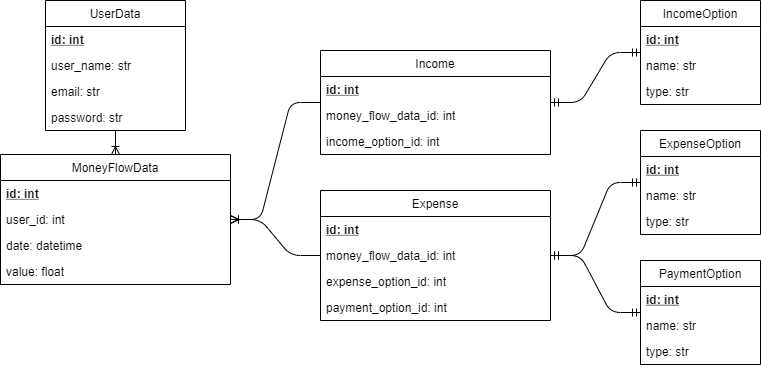
MichalWilczek/my-wallet keeps this draw.io diagram as doc/db_erd_diagram.png. Above is the earlier version. Source tidied: cells renumbered, new cells last; positions are measured from the earlier drawing's top-left corner, leaving out a move shared by most shapes. Source of this version:
```xml
<mxGraphModel>
  <root>
    <mxCell id="0" />
    <mxCell id="1" parent="0" />
    <mxCell id="2" value="UserData" style="swimlane;fontStyle=0;horizontal=1;startSize=26;fillColor=none;" parent="1" vertex="1">
      <mxGeometry x="45" width="140" height="130" as="geometry" />
    </mxCell>
    <mxCell id="3" value="id: int" style="text;strokeColor=none;fillColor=none;align=left;verticalAlign=top;spacingLeft=4;spacingRight=4;overflow=hidden;fontStyle=5;" parent="2" vertex="1">
      <mxGeometry y="26" width="140" height="26" as="geometry" />
    </mxCell>
    <mxCell id="4" value="user_name: str" style="text;strokeColor=none;fillColor=none;align=left;verticalAlign=top;spacingLeft=4;spacingRight=4;overflow=hidden;" parent="2" vertex="1">
      <mxGeometry y="52" width="140" height="26" as="geometry" />
    </mxCell>
    <mxCell id="5" value="email: str" style="text;strokeColor=none;fillColor=none;align=left;verticalAlign=top;spacingLeft=4;spacingRight=4;overflow=hidden;" parent="2" vertex="1">
      <mxGeometry y="78" width="140" height="26" as="geometry" />
    </mxCell>
    <mxCell id="6" value="password: str" style="text;strokeColor=none;fillColor=none;align=left;verticalAlign=top;spacingLeft=4;spacingRight=4;overflow=hidden;" parent="2" vertex="1">
      <mxGeometry y="104" width="140" height="26" as="geometry" />
    </mxCell>
    <mxCell id="7" value="ExpenseOption" style="swimlane;fontStyle=0;horizontal=1;startSize=26;fillColor=none;" parent="1" vertex="1">
      <mxGeometry x="640" y="130" width="120" height="104" as="geometry" />
    </mxCell>
    <mxCell id="8" value="id: int" style="text;strokeColor=none;fillColor=none;align=left;verticalAlign=top;spacingLeft=4;spacingRight=4;overflow=hidden;fontStyle=5;" parent="7" vertex="1">
      <mxGeometry y="26" width="120" height="26" as="geometry" />
    </mxCell>
    <mxCell id="9" value="name: str" style="text;strokeColor=none;fillColor=none;align=left;verticalAlign=top;spacingLeft=4;spacingRight=4;overflow=hidden;" parent="7" vertex="1">
      <mxGeometry y="52" width="120" height="26" as="geometry" />
    </mxCell>
    <mxCell id="10" value="type: str" style="text;strokeColor=none;fillColor=none;align=left;verticalAlign=top;spacingLeft=4;spacingRight=4;overflow=hidden;" parent="7" vertex="1">
      <mxGeometry y="78" width="120" height="26" as="geometry" />
    </mxCell>
    <mxCell id="11" style="edgeStyle=segmentEdgeStyle;fontSize=12;html=1;endArrow=ERoneToMany;" parent="1" edge="1" source="2" target="12">
      <mxGeometry relative="1" as="geometry" />
    </mxCell>
    <mxCell id="12" value="MoneyFlowData" style="swimlane;fontStyle=0;horizontal=1;startSize=26;fillColor=none;" parent="1" vertex="1">
      <mxGeometry y="154" width="230" height="130" as="geometry" />
    </mxCell>
    <mxCell id="13" value="id: int" style="text;strokeColor=none;fillColor=none;align=left;verticalAlign=top;spacingLeft=4;spacingRight=4;overflow=hidden;fontStyle=5;" parent="12" vertex="1">
      <mxGeometry y="26" width="230" height="26" as="geometry" />
    </mxCell>
    <mxCell id="14" value="user_id: int" style="text;strokeColor=none;fillColor=none;align=left;verticalAlign=top;spacingLeft=4;spacingRight=4;overflow=hidden;fontStyle=0;" parent="12" vertex="1">
      <mxGeometry y="52" width="230" height="26" as="geometry" />
    </mxCell>
    <mxCell id="15" value="date: datetime" style="text;strokeColor=none;fillColor=none;align=left;verticalAlign=top;spacingLeft=4;spacingRight=4;overflow=hidden;" parent="12" vertex="1">
      <mxGeometry y="78" width="230" height="26" as="geometry" />
    </mxCell>
    <mxCell id="16" value="value: float" style="text;strokeColor=none;fillColor=none;align=left;verticalAlign=top;spacingLeft=4;spacingRight=4;overflow=hidden;" parent="12" vertex="1">
      <mxGeometry y="104" width="230" height="26" as="geometry" />
    </mxCell>
    <mxCell id="17" value="Income" style="swimlane;fontStyle=0;horizontal=1;startSize=26;fillColor=none;" parent="1" vertex="1">
      <mxGeometry x="320" y="50" width="230" height="104" as="geometry" />
    </mxCell>
    <mxCell id="18" value="id: int" style="text;strokeColor=none;fillColor=none;align=left;verticalAlign=top;spacingLeft=4;spacingRight=4;overflow=hidden;fontStyle=5;" parent="17" vertex="1">
      <mxGeometry y="26" width="230" height="26" as="geometry" />
    </mxCell>
    <mxCell id="19" value="money_flow_data_id: int" style="text;strokeColor=none;fillColor=none;align=left;verticalAlign=top;spacingLeft=4;spacingRight=4;overflow=hidden;" parent="17" vertex="1">
      <mxGeometry y="52" width="230" height="26" as="geometry" />
    </mxCell>
    <mxCell id="20" value="income_option_id: int" style="text;strokeColor=none;fillColor=none;align=left;verticalAlign=top;spacingLeft=4;spacingRight=4;overflow=hidden;" parent="17" vertex="1">
      <mxGeometry y="78" width="230" height="26" as="geometry" />
    </mxCell>
    <mxCell id="21" value="Expense" style="swimlane;fontStyle=0;horizontal=1;startSize=26;fillColor=none;" parent="1" vertex="1">
      <mxGeometry x="320" y="190" width="230" height="130" as="geometry" />
    </mxCell>
    <mxCell id="22" value="id: int" style="text;strokeColor=none;fillColor=none;align=left;verticalAlign=top;spacingLeft=4;spacingRight=4;overflow=hidden;fontStyle=5;" parent="21" vertex="1">
      <mxGeometry y="26" width="230" height="26" as="geometry" />
    </mxCell>
    <mxCell id="23" value="money_flow_data_id: int" style="text;strokeColor=none;fillColor=none;align=left;verticalAlign=top;spacingLeft=4;spacingRight=4;overflow=hidden;" parent="21" vertex="1">
      <mxGeometry y="52" width="230" height="26" as="geometry" />
    </mxCell>
    <mxCell id="24" value="expense_option_id: int" style="text;strokeColor=none;fillColor=none;align=left;verticalAlign=top;spacingLeft=4;spacingRight=4;overflow=hidden;" parent="21" vertex="1">
      <mxGeometry y="78" width="230" height="26" as="geometry" />
    </mxCell>
    <mxCell id="25" value="payment_option_id: int" style="text;strokeColor=none;fillColor=none;align=left;verticalAlign=top;spacingLeft=4;spacingRight=4;overflow=hidden;" parent="21" vertex="1">
      <mxGeometry y="104" width="230" height="26" as="geometry" />
    </mxCell>
    <mxCell id="26" value="IncomeOption" style="swimlane;fontStyle=0;horizontal=1;startSize=26;fillColor=none;" parent="1" vertex="1">
      <mxGeometry x="640" width="120" height="104" as="geometry" />
    </mxCell>
    <mxCell id="27" value="id: int" style="text;strokeColor=none;fillColor=none;align=left;verticalAlign=top;spacingLeft=4;spacingRight=4;overflow=hidden;fontStyle=5;" parent="26" vertex="1">
      <mxGeometry y="26" width="120" height="26" as="geometry" />
    </mxCell>
    <mxCell id="28" value="name: str" style="text;strokeColor=none;fillColor=none;align=left;verticalAlign=top;spacingLeft=4;spacingRight=4;overflow=hidden;" parent="26" vertex="1">
      <mxGeometry y="52" width="120" height="26" as="geometry" />
    </mxCell>
    <mxCell id="29" value="type: str" style="text;strokeColor=none;fillColor=none;align=left;verticalAlign=top;spacingLeft=4;spacingRight=4;overflow=hidden;" parent="26" vertex="1">
      <mxGeometry y="78" width="120" height="26" as="geometry" />
    </mxCell>
    <mxCell id="30" value="PaymentOption" style="swimlane;fontStyle=0;horizontal=1;startSize=26;fillColor=none;" parent="1" vertex="1">
      <mxGeometry x="640" y="260" width="120" height="104" as="geometry" />
    </mxCell>
    <mxCell id="31" value="id: int" style="text;strokeColor=none;fillColor=none;align=left;verticalAlign=top;spacingLeft=4;spacingRight=4;overflow=hidden;fontStyle=5;" parent="30" vertex="1">
      <mxGeometry y="26" width="120" height="26" as="geometry" />
    </mxCell>
    <mxCell id="32" value="name: str" style="text;strokeColor=none;fillColor=none;align=left;verticalAlign=top;spacingLeft=4;spacingRight=4;overflow=hidden;" parent="30" vertex="1">
      <mxGeometry y="52" width="120" height="26" as="geometry" />
    </mxCell>
    <mxCell id="33" value="type: str" style="text;strokeColor=none;fillColor=none;align=left;verticalAlign=top;spacingLeft=4;spacingRight=4;overflow=hidden;" parent="30" vertex="1">
      <mxGeometry y="78" width="120" height="26" as="geometry" />
    </mxCell>
    <mxCell id="34" style="edgeStyle=entityRelationEdgeStyle;fontSize=12;html=1;endArrow=ERmandOne;startArrow=ERmandOne;" parent="1" edge="1" source="21" target="7">
      <mxGeometry relative="1" as="geometry" />
    </mxCell>
    <mxCell id="35" style="edgeStyle=entityRelationEdgeStyle;fontSize=12;html=1;endArrow=ERmandOne;startArrow=ERmandOne;" parent="1" edge="1" source="21" target="30">
      <mxGeometry relative="1" as="geometry" />
    </mxCell>
    <mxCell id="36" style="edgeStyle=entityRelationEdgeStyle;fontSize=12;html=1;endArrow=ERmandOne;startArrow=ERmandOne;" parent="1" edge="1" source="17" target="26">
      <mxGeometry relative="1" as="geometry" />
    </mxCell>
    <mxCell id="37" style="edgeStyle=entityRelationEdgeStyle;fontSize=12;html=1;endArrow=ERoneToMany;" parent="1" edge="1" source="17" target="12">
      <mxGeometry relative="1" as="geometry" />
    </mxCell>
    <mxCell id="38" style="edgeStyle=entityRelationEdgeStyle;fontSize=12;html=1;endArrow=ERoneToMany;" parent="1" edge="1" source="21" target="12">
      <mxGeometry relative="1" as="geometry" />
    </mxCell>
  </root>
</mxGraphModel>
```
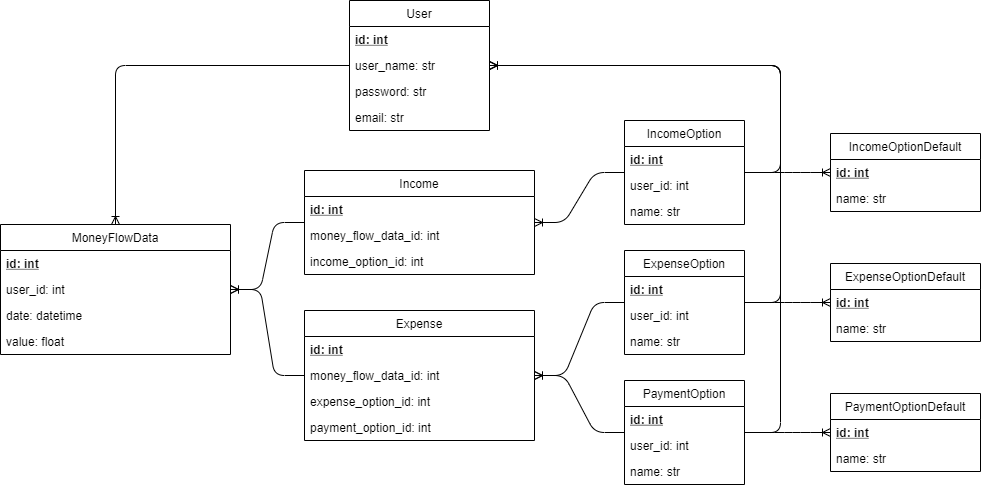
Later version of the same file.

Change to the diagram source:
```diff
@@ -2,8 +2,8 @@
   <root>
     <mxCell id="0" />
     <mxCell id="1" parent="0" />
-    <mxCell id="2" value="UserData" style="swimlane;fontStyle=0;horizontal=1;startSize=26;fillColor=none;" parent="1" vertex="1">
-      <mxGeometry x="45" width="140" height="130" as="geometry" />
+    <mxCell id="2" value="User" style="swimlane;fontStyle=0;horizontal=1;startSize=26;fillColor=none;" parent="1" vertex="1">
+      <mxGeometry x="365" y="-120" width="140" height="130" as="geometry" />
     </mxCell>
     <mxCell id="3" value="id: int" style="text;strokeColor=none;fillColor=none;align=left;verticalAlign=top;spacingLeft=4;spacingRight=4;overflow=hidden;fontStyle=5;" parent="2" vertex="1">
       <mxGeometry y="26" width="140" height="26" as="geometry" />
@@ -11,29 +11,29 @@
     <mxCell id="4" value="user_name: str" style="text;strokeColor=none;fillColor=none;align=left;verticalAlign=top;spacingLeft=4;spacingRight=4;overflow=hidden;" parent="2" vertex="1">
       <mxGeometry y="52" width="140" height="26" as="geometry" />
     </mxCell>
+    <mxCell id="6" value="password: str" style="text;strokeColor=none;fillColor=none;align=left;verticalAlign=top;spacingLeft=4;spacingRight=4;overflow=hidden;" parent="2" vertex="1">
+      <mxGeometry y="78" width="140" height="26" as="geometry" />
+    </mxCell>
     <mxCell id="5" value="email: str" style="text;strokeColor=none;fillColor=none;align=left;verticalAlign=top;spacingLeft=4;spacingRight=4;overflow=hidden;" parent="2" vertex="1">
-      <mxGeometry y="78" width="140" height="26" as="geometry" />
+      <mxGeometry y="104" width="140" height="26" as="geometry" />
     </mxCell>
-    <mxCell id="6" value="password: str" style="text;strokeColor=none;fillColor=none;align=left;verticalAlign=top;spacingLeft=4;spacingRight=4;overflow=hidden;" parent="2" vertex="1">
-      <mxGeometry y="104" width="140" height="26" as="geometry" />
-    </mxCell>
     <mxCell id="7" value="ExpenseOption" style="swimlane;fontStyle=0;horizontal=1;startSize=26;fillColor=none;" parent="1" vertex="1">
       <mxGeometry x="640" y="130" width="120" height="104" as="geometry" />
     </mxCell>
     <mxCell id="8" value="id: int" style="text;strokeColor=none;fillColor=none;align=left;verticalAlign=top;spacingLeft=4;spacingRight=4;overflow=hidden;fontStyle=5;" parent="7" vertex="1">
       <mxGeometry y="26" width="120" height="26" as="geometry" />
     </mxCell>
+    <mxCell id="39" value="user_id: int" style="text;strokeColor=none;fillColor=none;align=left;verticalAlign=top;spacingLeft=4;spacingRight=4;overflow=hidden;fontStyle=0;" parent="7" vertex="1">
+      <mxGeometry y="52" width="120" height="26" as="geometry" />
+    </mxCell>
     <mxCell id="9" value="name: str" style="text;strokeColor=none;fillColor=none;align=left;verticalAlign=top;spacingLeft=4;spacingRight=4;overflow=hidden;" parent="7" vertex="1">
-      <mxGeometry y="52" width="120" height="26" as="geometry" />
+      <mxGeometry y="78" width="120" height="26" as="geometry" />
     </mxCell>
-    <mxCell id="10" value="type: str" style="text;strokeColor=none;fillColor=none;align=left;verticalAlign=top;spacingLeft=4;spacingRight=4;overflow=hidden;" parent="7" vertex="1">
-      <mxGeometry y="78" width="120" height="26" as="geometry" />
-    </mxCell>
     <mxCell id="11" style="edgeStyle=segmentEdgeStyle;fontSize=12;html=1;endArrow=ERoneToMany;" parent="1" edge="1" source="2" target="12">
       <mxGeometry relative="1" as="geometry" />
     </mxCell>
     <mxCell id="12" value="MoneyFlowData" style="swimlane;fontStyle=0;horizontal=1;startSize=26;fillColor=none;" parent="1" vertex="1">
-      <mxGeometry y="154" width="230" height="130" as="geometry" />
+      <mxGeometry x="16" y="104" width="230" height="130" as="geometry" />
     </mxCell>
     <mxCell id="13" value="id: int" style="text;strokeColor=none;fillColor=none;align=left;verticalAlign=top;spacingLeft=4;spacingRight=4;overflow=hidden;fontStyle=5;" parent="12" vertex="1">
       <mxGeometry y="26" width="230" height="26" as="geometry" />
@@ -77,41 +77,105 @@
     <mxCell id="26" value="IncomeOption" style="swimlane;fontStyle=0;horizontal=1;startSize=26;fillColor=none;" parent="1" vertex="1">
       <mxGeometry x="640" width="120" height="104" as="geometry" />
     </mxCell>
+    <mxCell id="40" value="id: int" style="text;strokeColor=none;fillColor=none;align=left;verticalAlign=top;spacingLeft=4;spacingRight=4;overflow=hidden;fontStyle=5;" parent="26" vertex="1">
+      <mxGeometry y="26" width="120" height="26" as="geometry" />
+    </mxCell>
-    <mxCell id="27" value="id: int" style="text;strokeColor=none;fillColor=none;align=left;verticalAlign=top;spacingLeft=4;spacingRight=4;overflow=hidden;fontStyle=5;" parent="26" vertex="1">
-      <mxGeometry y="26" width="120" height="26" as="geometry" />
+    <mxCell id="27" value="user_id: int" style="text;strokeColor=none;fillColor=none;align=left;verticalAlign=top;spacingLeft=4;spacingRight=4;overflow=hidden;fontStyle=0;" parent="26" vertex="1">
+      <mxGeometry y="52" width="120" height="26" as="geometry" />
     </mxCell>
     <mxCell id="28" value="name: str" style="text;strokeColor=none;fillColor=none;align=left;verticalAlign=top;spacingLeft=4;spacingRight=4;overflow=hidden;" parent="26" vertex="1">
-      <mxGeometry y="52" width="120" height="26" as="geometry" />
+      <mxGeometry y="78" width="120" height="26" as="geometry" />
     </mxCell>
-    <mxCell id="29" value="type: str" style="text;strokeColor=none;fillColor=none;align=left;verticalAlign=top;spacingLeft=4;spacingRight=4;overflow=hidden;" parent="26" vertex="1">
-      <mxGeometry y="78" width="120" height="26" as="geometry" />
-    </mxCell>
     <mxCell id="30" value="PaymentOption" style="swimlane;fontStyle=0;horizontal=1;startSize=26;fillColor=none;" parent="1" vertex="1">
       <mxGeometry x="640" y="260" width="120" height="104" as="geometry" />
     </mxCell>
     <mxCell id="31" value="id: int" style="text;strokeColor=none;fillColor=none;align=left;verticalAlign=top;spacingLeft=4;spacingRight=4;overflow=hidden;fontStyle=5;" parent="30" vertex="1">
       <mxGeometry y="26" width="120" height="26" as="geometry" />
     </mxCell>
+    <mxCell id="41" value="user_id: int" style="text;strokeColor=none;fillColor=none;align=left;verticalAlign=top;spacingLeft=4;spacingRight=4;overflow=hidden;fontStyle=0;" parent="30" vertex="1">
+      <mxGeometry y="52" width="120" height="26" as="geometry" />
+    </mxCell>
     <mxCell id="32" value="name: str" style="text;strokeColor=none;fillColor=none;align=left;verticalAlign=top;spacingLeft=4;spacingRight=4;overflow=hidden;" parent="30" vertex="1">
-      <mxGeometry y="52" width="120" height="26" as="geometry" />
+      <mxGeometry y="78" width="120" height="26" as="geometry" />
     </mxCell>
-    <mxCell id="33" value="type: str" style="text;strokeColor=none;fillColor=none;align=left;verticalAlign=top;spacingLeft=4;spacingRight=4;overflow=hidden;" parent="30" vertex="1">
-      <mxGeometry y="78" width="120" height="26" as="geometry" />
-    </mxCell>
-    <mxCell id="34" style="edgeStyle=entityRelationEdgeStyle;fontSize=12;html=1;endArrow=ERmandOne;startArrow=ERmandOne;" parent="1" edge="1" source="21" target="7">
-      <mxGeometry relative="1" as="geometry" />
-    </mxCell>
-    <mxCell id="35" style="edgeStyle=entityRelationEdgeStyle;fontSize=12;html=1;endArrow=ERmandOne;startArrow=ERmandOne;" parent="1" edge="1" source="21" target="30">
-      <mxGeometry relative="1" as="geometry" />
-    </mxCell>
-    <mxCell id="36" style="edgeStyle=entityRelationEdgeStyle;fontSize=12;html=1;endArrow=ERmandOne;startArrow=ERmandOne;" parent="1" edge="1" source="17" target="26">
-      <mxGeometry relative="1" as="geometry" />
-    </mxCell>
     <mxCell id="37" style="edgeStyle=entityRelationEdgeStyle;fontSize=12;html=1;endArrow=ERoneToMany;" parent="1" edge="1" source="17" target="12">
       <mxGeometry relative="1" as="geometry" />
     </mxCell>
     <mxCell id="38" style="edgeStyle=entityRelationEdgeStyle;fontSize=12;html=1;endArrow=ERoneToMany;" parent="1" edge="1" source="21" target="12">
       <mxGeometry relative="1" as="geometry" />
     </mxCell>
+    <mxCell id="42" value="PaymentOptionDefault" style="swimlane;fontStyle=0;horizontal=1;startSize=26;fillColor=none;" parent="1" vertex="1">
+      <mxGeometry x="846" y="273" width="150" height="78" as="geometry" />
+    </mxCell>
+    <mxCell id="43" value="id: int" style="text;strokeColor=none;fillColor=none;align=left;verticalAlign=top;spacingLeft=4;spacingRight=4;overflow=hidden;fontStyle=5;" parent="42" vertex="1">
+      <mxGeometry y="26" width="150" height="26" as="geometry" />
+    </mxCell>
+    <mxCell id="44" value="name: str" style="text;strokeColor=none;fillColor=none;align=left;verticalAlign=top;spacingLeft=4;spacingRight=4;overflow=hidden;" parent="42" vertex="1">
+      <mxGeometry y="52" width="150" height="26" as="geometry" />
+    </mxCell>
+    <mxCell id="45" value="ExpenseOptionDefault" style="swimlane;fontStyle=0;horizontal=1;startSize=26;fillColor=none;" parent="1" vertex="1">
+      <mxGeometry x="846" y="143" width="150" height="78" as="geometry" />
+    </mxCell>
+    <mxCell id="46" value="id: int" style="text;strokeColor=none;fillColor=none;align=left;verticalAlign=top;spacingLeft=4;spacingRight=4;overflow=hidden;fontStyle=5;" parent="45" vertex="1">
+      <mxGeometry y="26" width="150" height="26" as="geometry" />
+    </mxCell>
+    <mxCell id="47" value="name: str" style="text;strokeColor=none;fillColor=none;align=left;verticalAlign=top;spacingLeft=4;spacingRight=4;overflow=hidden;" parent="45" vertex="1">
+      <mxGeometry y="52" width="150" height="26" as="geometry" />
+    </mxCell>
+    <mxCell id="48" value="IncomeOptionDefault" style="swimlane;fontStyle=0;horizontal=1;startSize=26;fillColor=none;" parent="1" vertex="1">
+      <mxGeometry x="846" y="13" width="150" height="78" as="geometry" />
+    </mxCell>
+    <mxCell id="49" value="id: int" style="text;strokeColor=none;fillColor=none;align=left;verticalAlign=top;spacingLeft=4;spacingRight=4;overflow=hidden;fontStyle=5;" parent="48" vertex="1">
+      <mxGeometry y="26" width="150" height="26" as="geometry" />
+    </mxCell>
+    <mxCell id="50" value="name: str" style="text;strokeColor=none;fillColor=none;align=left;verticalAlign=top;spacingLeft=4;spacingRight=4;overflow=hidden;" parent="48" vertex="1">
+      <mxGeometry y="52" width="150" height="26" as="geometry" />
+    </mxCell>
+    <mxCell id="51" style="edgeStyle=entityRelationEdgeStyle;fontSize=12;html=1;endArrow=ERoneToMany;" parent="1" edge="1" source="26" target="48">
+      <mxGeometry relative="1" as="geometry" />
+    </mxCell>
+    <mxCell id="52" style="edgeStyle=entityRelationEdgeStyle;fontSize=12;html=1;endArrow=ERoneToMany;" parent="1" edge="1" source="7" target="45">
+      <mxGeometry relative="1" as="geometry" />
+    </mxCell>
+    <mxCell id="53" style="edgeStyle=entityRelationEdgeStyle;fontSize=12;html=1;endArrow=ERoneToMany;" parent="1" edge="1" source="30" target="42">
+      <mxGeometry relative="1" as="geometry" />
+    </mxCell>
+    <mxCell id="54" style="edgeStyle=elbowEdgeStyle;fontSize=12;html=1;endArrow=ERoneToMany;" parent="1" edge="1" source="26" target="2">
+      <mxGeometry relative="1" as="geometry">
+        <Array as="points">
+          <mxPoint x="796" y="-55" />
+          <mxPoint x="796" y="-85" />
+          <mxPoint x="760" y="-100" />
+          <mxPoint x="796" y="-40" />
+          <mxPoint x="786" y="-110" />
+          <mxPoint x="413" y="-90" />
+        </Array>
+      </mxGeometry>
+    </mxCell>
+    <mxCell id="55" style="edgeStyle=elbowEdgeStyle;fontSize=12;html=1;endArrow=ERoneToMany;" parent="1" edge="1" source="7" target="2">
+      <mxGeometry relative="1" as="geometry">
+        <Array as="points">
+          <mxPoint x="796" y="30" />
+          <mxPoint x="423" y="-80" />
+        </Array>
+      </mxGeometry>
+    </mxCell>
+    <mxCell id="56" style="edgeStyle=elbowEdgeStyle;fontSize=12;html=1;endArrow=ERoneToMany;" parent="1" edge="1" source="30" target="2">
+      <mxGeometry relative="1" as="geometry">
+        <Array as="points">
+          <mxPoint x="796" y="60" />
+          <mxPoint x="444" y="-80" />
+        </Array>
+      </mxGeometry>
+    </mxCell>
+    <mxCell id="57" style="edgeStyle=entityRelationEdgeStyle;fontSize=12;html=1;endArrow=ERoneToMany;" parent="1" edge="1" source="26" target="17">
+      <mxGeometry relative="1" as="geometry" />
+    </mxCell>
+    <mxCell id="58" style="edgeStyle=entityRelationEdgeStyle;fontSize=12;html=1;endArrow=ERoneToMany;" parent="1" edge="1" source="7" target="21">
+      <mxGeometry relative="1" as="geometry" />
+    </mxCell>
+    <mxCell id="59" style="edgeStyle=entityRelationEdgeStyle;fontSize=12;html=1;endArrow=ERoneToMany;" parent="1" edge="1" source="30" target="21">
+      <mxGeometry relative="1" as="geometry" />
+    </mxCell>
   </root>
 </mxGraphModel>
```
